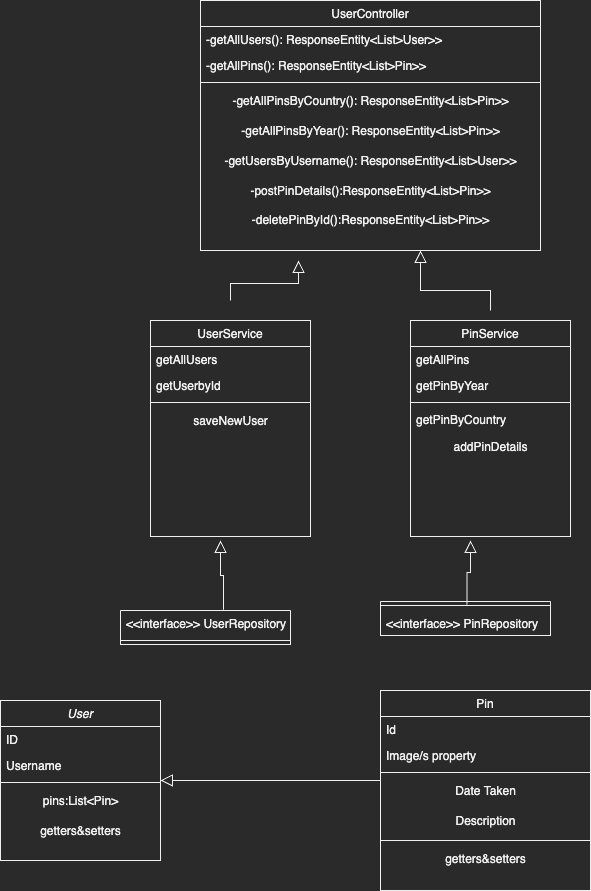
The draw.io diagram UML.png in faizanahmkhan/worldpin_app, before a commit. Source tidied: cells renumbered, new cells last; positions are measured from the earlier drawing's top-left corner, leaving out a move shared by most shapes. Its diagram source:
```xml
<mxGraphModel>
  <root>
    <mxCell id="0" />
    <mxCell id="1" parent="0" />
    <mxCell id="2" value="User" style="swimlane;fontStyle=2;align=center;verticalAlign=top;horizontal=1;startSize=26;rounded=0;shadow=0;strokeWidth=1;" parent="1" vertex="1">
      <mxGeometry y="700" width="160" height="160" as="geometry" />
    </mxCell>
    <mxCell id="3" value="ID" style="text;align=left;verticalAlign=top;spacingLeft=4;spacingRight=4;overflow=hidden;" parent="2" vertex="1">
      <mxGeometry y="26" width="160" height="26" as="geometry" />
    </mxCell>
    <mxCell id="4" value="Username" style="text;align=left;verticalAlign=top;spacingLeft=4;spacingRight=4;overflow=hidden;rounded=0;shadow=0;html=0;" parent="2" vertex="1">
      <mxGeometry y="52" width="160" height="26" as="geometry" />
    </mxCell>
    <mxCell id="5" style="line;html=1;strokeWidth=1;align=left;verticalAlign=middle;spacingTop=-1;spacingLeft=3;spacingRight=3;labelPosition=right;" parent="2" vertex="1">
      <mxGeometry y="78" width="160" height="8" as="geometry" />
    </mxCell>
    <mxCell id="6" value="pins:List&amp;lt;Pin&amp;gt;" style="text;html=1;align=center;verticalAlign=middle;strokeColor=none;fillColor=none;" parent="2" vertex="1">
      <mxGeometry y="86" width="160" height="30" as="geometry" />
    </mxCell>
    <mxCell id="7" value="getters&amp;amp;setters" style="text;html=1;align=center;verticalAlign=middle;strokeColor=none;fillColor=none;" parent="2" vertex="1">
      <mxGeometry y="116" width="160" height="30" as="geometry" />
    </mxCell>
    <mxCell id="8" value="Pin" style="swimlane;fontStyle=0;align=center;verticalAlign=top;horizontal=1;startSize=26;rounded=0;shadow=0;strokeWidth=1;" parent="1" vertex="1">
      <mxGeometry x="380" y="690" width="210" height="200" as="geometry" />
    </mxCell>
    <mxCell id="9" value="Id" style="text;align=left;verticalAlign=top;spacingLeft=4;spacingRight=4;overflow=hidden;" parent="8" vertex="1">
      <mxGeometry y="26" width="210" height="26" as="geometry" />
    </mxCell>
    <mxCell id="10" value="Image/s property" style="text;align=left;verticalAlign=top;spacingLeft=4;spacingRight=4;overflow=hidden;" parent="8" vertex="1">
      <mxGeometry y="52" width="210" height="26" as="geometry" />
    </mxCell>
    <mxCell id="11" style="line;html=1;strokeWidth=1;align=left;verticalAlign=middle;spacingTop=-1;spacingLeft=3;spacingRight=3;labelPosition=right;" parent="8" vertex="1">
      <mxGeometry y="78" width="210" height="8" as="geometry" />
    </mxCell>
    <mxCell id="12" value="Date Taken&lt;br&gt;" style="text;html=1;align=center;verticalAlign=middle;strokeColor=none;fillColor=none;" parent="8" vertex="1">
      <mxGeometry y="86" width="210" height="30" as="geometry" />
    </mxCell>
    <mxCell id="13" value="Description&lt;br&gt;" style="text;html=1;align=center;verticalAlign=middle;strokeColor=none;fillColor=none;" parent="8" vertex="1">
      <mxGeometry y="116" width="210" height="30" as="geometry" />
    </mxCell>
    <mxCell id="14" style="line;html=1;strokeWidth=1;align=left;verticalAlign=middle;spacingTop=-1;spacingLeft=3;spacingRight=3;labelPosition=right;" parent="8" vertex="1">
      <mxGeometry y="146" width="210" height="8" as="geometry" />
    </mxCell>
    <mxCell id="15" value="getters&amp;amp;setters" style="text;html=1;align=center;verticalAlign=middle;strokeColor=none;fillColor=none;" parent="8" vertex="1">
      <mxGeometry y="154" width="210" height="30" as="geometry" />
    </mxCell>
    <mxCell id="16" style="endArrow=block;endSize=10;endFill=0;shadow=0;strokeWidth=1;rounded=0;edgeStyle=elbowEdgeStyle;elbow=vertical;" parent="1" edge="1" source="8" target="2">
      <mxGeometry relative="1" as="geometry" />
    </mxCell>
    <mxCell id="17" value="UserController" style="swimlane;fontStyle=0;align=center;verticalAlign=top;horizontal=1;startSize=26;rounded=0;shadow=0;strokeWidth=1;" parent="1" vertex="1">
      <mxGeometry x="200" width="340" height="250" as="geometry" />
    </mxCell>
    <mxCell id="18" value="-getAllUsers(): ResponseEntity&lt;List&gt;User&gt;&gt;" style="text;align=left;verticalAlign=top;spacingLeft=4;spacingRight=4;overflow=hidden;" parent="17" vertex="1">
      <mxGeometry y="26" width="340" height="26" as="geometry" />
    </mxCell>
    <mxCell id="19" value="-getAllPins(): ResponseEntity&lt;List&gt;Pin&gt;&gt;" style="text;align=left;verticalAlign=top;spacingLeft=4;spacingRight=4;overflow=hidden;rounded=0;shadow=0;html=0;" parent="17" vertex="1">
      <mxGeometry y="52" width="340" height="26" as="geometry" />
    </mxCell>
    <mxCell id="20" style="line;html=1;strokeWidth=1;align=left;verticalAlign=middle;spacingTop=-1;spacingLeft=3;spacingRight=3;labelPosition=right;" parent="17" vertex="1">
      <mxGeometry y="78" width="340" height="8" as="geometry" />
    </mxCell>
    <mxCell id="21" value="&lt;span style=&quot;text-align: left;&quot;&gt;-getAllPinsByCountry(): ResponseEntity&amp;lt;List&amp;gt;Pin&amp;gt;&amp;gt;&lt;/span&gt;" style="text;html=1;align=center;verticalAlign=middle;strokeColor=none;fillColor=none;" parent="17" vertex="1">
      <mxGeometry y="86" width="340" height="30" as="geometry" />
    </mxCell>
    <mxCell id="22" value="&lt;span style=&quot;text-align: left;&quot;&gt;-getAllPinsByYear(): ResponseEntity&amp;lt;List&amp;gt;Pin&amp;gt;&amp;gt;&lt;/span&gt;" style="text;html=1;align=center;verticalAlign=middle;strokeColor=none;fillColor=none;" parent="17" vertex="1">
      <mxGeometry y="116" width="340" height="30" as="geometry" />
    </mxCell>
    <mxCell id="23" value="&lt;div style=&quot;text-align: left;&quot;&gt;&lt;span style=&quot;background-color: initial;&quot;&gt;-getUsersByUsername(): ResponseEntity&amp;lt;List&amp;gt;User&amp;gt;&amp;gt;&lt;/span&gt;&lt;/div&gt;" style="text;html=1;align=center;verticalAlign=middle;strokeColor=none;fillColor=none;" parent="17" vertex="1">
      <mxGeometry y="146" width="340" height="30" as="geometry" />
    </mxCell>
    <mxCell id="24" value="&lt;div style=&quot;text-align: left;&quot;&gt;&lt;span style=&quot;background-color: initial;&quot;&gt;-postPinDetails():ResponseEntity&amp;lt;List&amp;gt;Pin&amp;gt;&amp;gt;&lt;/span&gt;&lt;/div&gt;" style="text;html=1;align=center;verticalAlign=middle;strokeColor=none;fillColor=none;" parent="17" vertex="1">
      <mxGeometry y="176" width="340" height="30" as="geometry" />
    </mxCell>
    <mxCell id="25" value="UserService" style="swimlane;fontStyle=0;align=center;verticalAlign=top;horizontal=1;startSize=26;rounded=0;shadow=0;strokeWidth=1;" parent="1" vertex="1">
      <mxGeometry x="150" y="320" width="160" height="216" as="geometry" />
    </mxCell>
    <mxCell id="26" value="getAllUsers" style="text;align=left;verticalAlign=top;spacingLeft=4;spacingRight=4;overflow=hidden;" parent="25" vertex="1">
      <mxGeometry y="26" width="160" height="26" as="geometry" />
    </mxCell>
    <mxCell id="27" value="getUserbyId&#10;&#10;saveNewUser" style="text;align=left;verticalAlign=top;spacingLeft=4;spacingRight=4;overflow=hidden;rounded=0;shadow=0;html=0;" parent="25" vertex="1">
      <mxGeometry y="52" width="160" height="26" as="geometry" />
    </mxCell>
    <mxCell id="28" style="line;html=1;strokeWidth=1;align=left;verticalAlign=middle;spacingTop=-1;spacingLeft=3;spacingRight=3;labelPosition=right;" parent="25" vertex="1">
      <mxGeometry y="78" width="160" height="8" as="geometry" />
    </mxCell>
    <mxCell id="29" value="saveNewUser" style="text;html=1;align=center;verticalAlign=middle;strokeColor=none;fillColor=none;" parent="25" vertex="1">
      <mxGeometry y="86" width="160" height="30" as="geometry" />
    </mxCell>
    <mxCell id="30" value="PinService" style="swimlane;fontStyle=0;align=center;verticalAlign=top;horizontal=1;startSize=26;rounded=0;shadow=0;strokeWidth=1;" parent="1" vertex="1">
      <mxGeometry x="410" y="320" width="160" height="216" as="geometry" />
    </mxCell>
    <mxCell id="31" value="getAllPins" style="text;align=left;verticalAlign=top;spacingLeft=4;spacingRight=4;overflow=hidden;" parent="30" vertex="1">
      <mxGeometry y="26" width="160" height="26" as="geometry" />
    </mxCell>
    <mxCell id="32" value="getPinByYear" style="text;align=left;verticalAlign=top;spacingLeft=4;spacingRight=4;overflow=hidden;rounded=0;shadow=0;html=0;" parent="30" vertex="1">
      <mxGeometry y="52" width="160" height="26" as="geometry" />
    </mxCell>
    <mxCell id="33" style="line;html=1;strokeWidth=1;align=left;verticalAlign=middle;spacingTop=-1;spacingLeft=3;spacingRight=3;labelPosition=right;" parent="30" vertex="1">
      <mxGeometry y="78" width="160" height="8" as="geometry" />
    </mxCell>
    <mxCell id="34" value="getPinByCountry" style="text;align=left;verticalAlign=top;spacingLeft=4;spacingRight=4;overflow=hidden;rounded=0;shadow=0;html=0;" parent="30" vertex="1">
      <mxGeometry y="86" width="160" height="26" as="geometry" />
    </mxCell>
    <mxCell id="35" value="addPinDetails" style="text;html=1;align=center;verticalAlign=middle;strokeColor=none;fillColor=none;" parent="30" vertex="1">
      <mxGeometry y="112" width="160" height="30" as="geometry" />
    </mxCell>
    <mxCell id="36" style="endArrow=block;endSize=10;endFill=0;shadow=0;strokeWidth=1;rounded=0;edgeStyle=elbowEdgeStyle;elbow=vertical;" parent="1" edge="1">
      <mxGeometry relative="1" as="geometry">
        <mxPoint x="230" y="300" as="sourcePoint" />
        <mxPoint x="298" y="260" as="targetPoint" />
        <Array as="points">
          <mxPoint x="230" y="283" />
        </Array>
      </mxGeometry>
    </mxCell>
    <mxCell id="37" style="endArrow=block;endSize=10;endFill=0;shadow=0;strokeWidth=1;rounded=0;edgeStyle=elbowEdgeStyle;elbow=vertical;" parent="1" edge="1">
      <mxGeometry relative="1" as="geometry">
        <mxPoint x="490" y="310" as="sourcePoint" />
        <mxPoint x="420" y="250" as="targetPoint" />
        <Array as="points">
          <mxPoint x="330" y="290" />
        </Array>
      </mxGeometry>
    </mxCell>
    <mxCell id="38" value="-deletePinById():ResponseEntity&amp;lt;List&amp;gt;Pin&amp;gt;&amp;gt;" style="text;html=1;align=center;verticalAlign=middle;strokeColor=none;fillColor=none;" parent="1" vertex="1">
      <mxGeometry x="240" y="205" width="260" height="30" as="geometry" />
    </mxCell>
    <mxCell id="39" style="swimlane;fontStyle=2;align=center;verticalAlign=top;horizontal=1;startSize=0;rounded=0;shadow=0;strokeWidth=1;" parent="1" vertex="1">
      <mxGeometry x="120" y="610" width="170" height="34" as="geometry" />
    </mxCell>
    <mxCell id="40" value="&lt;&lt;interface&gt;&gt; UserRepository" style="text;align=left;verticalAlign=top;spacingLeft=4;spacingRight=4;overflow=hidden;" parent="39" vertex="1">
      <mxGeometry width="170" height="26" as="geometry" />
    </mxCell>
    <mxCell id="41" style="line;html=1;strokeWidth=1;align=left;verticalAlign=middle;spacingTop=-1;spacingLeft=3;spacingRight=3;labelPosition=right;" parent="39" vertex="1">
      <mxGeometry y="26" width="170" height="8" as="geometry" />
    </mxCell>
    <mxCell id="42" style="endArrow=block;endSize=10;endFill=0;shadow=0;strokeWidth=1;rounded=0;edgeStyle=elbowEdgeStyle;elbow=vertical;exitX=0.606;exitY=-0.025;exitDx=0;exitDy=0;exitPerimeter=0;" parent="1" edge="1" source="39">
      <mxGeometry relative="1" as="geometry">
        <mxPoint x="220" y="540" as="targetPoint" />
      </mxGeometry>
    </mxCell>
    <mxCell id="43" style="endArrow=block;endSize=10;endFill=0;shadow=0;strokeWidth=1;rounded=0;edgeStyle=elbowEdgeStyle;elbow=vertical;exitX=0.606;exitY=-0.025;exitDx=0;exitDy=0;exitPerimeter=0;" parent="1" edge="1">
      <mxGeometry relative="1" as="geometry">
        <mxPoint x="466.5" y="604.2" as="sourcePoint" />
        <mxPoint x="470" y="540" as="targetPoint" />
      </mxGeometry>
    </mxCell>
    <mxCell id="44" style="swimlane;fontStyle=2;align=center;verticalAlign=top;horizontal=1;startSize=0;rounded=0;shadow=0;strokeWidth=1;" parent="1" vertex="1">
      <mxGeometry x="380" y="601" width="170" height="34" as="geometry" />
    </mxCell>
    <mxCell id="45" style="line;html=1;strokeWidth=1;align=left;verticalAlign=middle;spacingTop=-1;spacingLeft=3;spacingRight=3;labelPosition=right;" parent="44" vertex="1">
      <mxGeometry width="170" height="8" as="geometry" />
    </mxCell>
    <mxCell id="46" value="&lt;&lt;interface&gt;&gt; PinRepository" style="text;align=left;verticalAlign=top;spacingLeft=4;spacingRight=4;overflow=hidden;" parent="1" vertex="1">
      <mxGeometry x="380" y="610" width="170" height="26" as="geometry" />
    </mxCell>
  </root>
</mxGraphModel>
```
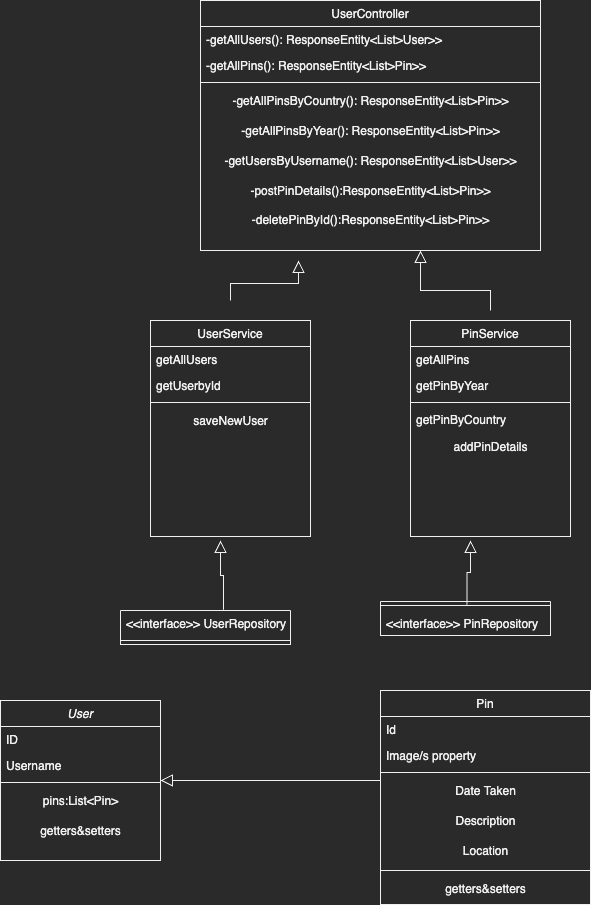
The same file after the commit.

Commit message:
update UML (Pin model now includes location)

Change to the diagram source:
```diff
@@ -21,7 +21,7 @@
       <mxGeometry y="116" width="160" height="30" as="geometry" />
     </mxCell>
     <mxCell id="8" value="Pin" style="swimlane;fontStyle=0;align=center;verticalAlign=top;horizontal=1;startSize=26;rounded=0;shadow=0;strokeWidth=1;" parent="1" vertex="1">
-      <mxGeometry x="380" y="690" width="210" height="200" as="geometry" />
+      <mxGeometry x="380" y="690" width="210" height="214" as="geometry" />
     </mxCell>
     <mxCell id="9" value="Id" style="text;align=left;verticalAlign=top;spacingLeft=4;spacingRight=4;overflow=hidden;" parent="8" vertex="1">
       <mxGeometry y="26" width="210" height="26" as="geometry" />
@@ -38,11 +38,14 @@
     <mxCell id="13" value="Description&lt;br&gt;" style="text;html=1;align=center;verticalAlign=middle;strokeColor=none;fillColor=none;" parent="8" vertex="1">
       <mxGeometry y="116" width="210" height="30" as="geometry" />
     </mxCell>
+    <mxCell id="47" value="Location" style="text;html=1;align=center;verticalAlign=middle;strokeColor=none;fillColor=none;" parent="8" vertex="1">
+      <mxGeometry y="146" width="210" height="30" as="geometry" />
+    </mxCell>
     <mxCell id="14" style="line;html=1;strokeWidth=1;align=left;verticalAlign=middle;spacingTop=-1;spacingLeft=3;spacingRight=3;labelPosition=right;" parent="8" vertex="1">
-      <mxGeometry y="146" width="210" height="8" as="geometry" />
+      <mxGeometry y="176" width="210" height="8" as="geometry" />
     </mxCell>
     <mxCell id="15" value="getters&amp;amp;setters" style="text;html=1;align=center;verticalAlign=middle;strokeColor=none;fillColor=none;" parent="8" vertex="1">
-      <mxGeometry y="154" width="210" height="30" as="geometry" />
+      <mxGeometry y="184" width="210" height="30" as="geometry" />
     </mxCell>
     <mxCell id="16" style="endArrow=block;endSize=10;endFill=0;shadow=0;strokeWidth=1;rounded=0;edgeStyle=elbowEdgeStyle;elbow=vertical;" parent="1" edge="1" source="8" target="2">
       <mxGeometry relative="1" as="geometry" />
```
